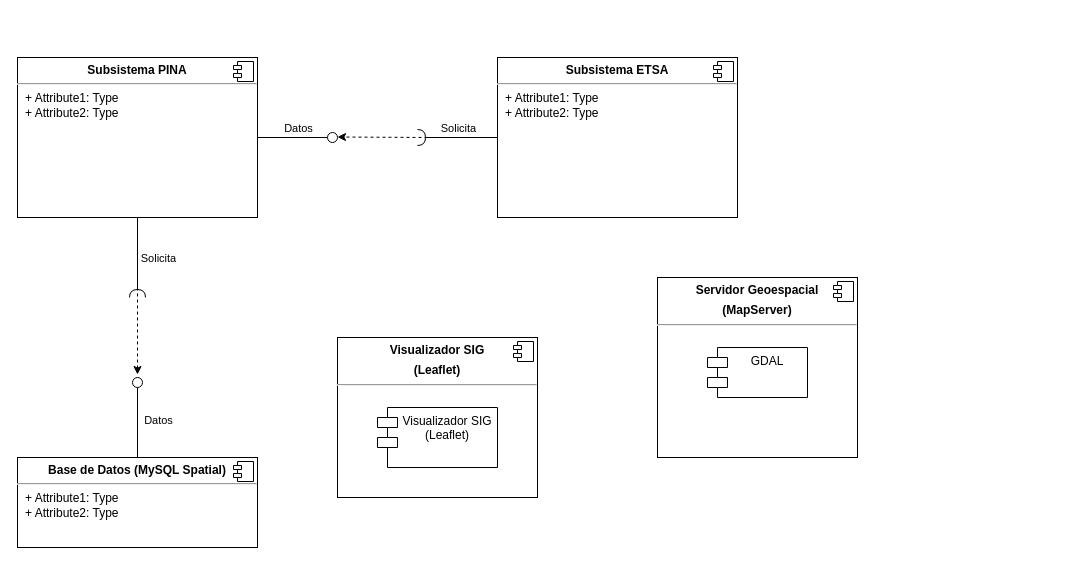
Before: UML/DComponent_PINA.drawio in Archundia-Cortez-Brandon-Said/contextUML, a draw.io diagram. Source tidied: cells renumbered, new cells numbered last; positions are measured from the earlier drawing's top-left corner, leaving out a move shared by most shapes. Both pictures are drawn from the tidied source at 100%, with x=0, y=0 at pixel (17, 57).
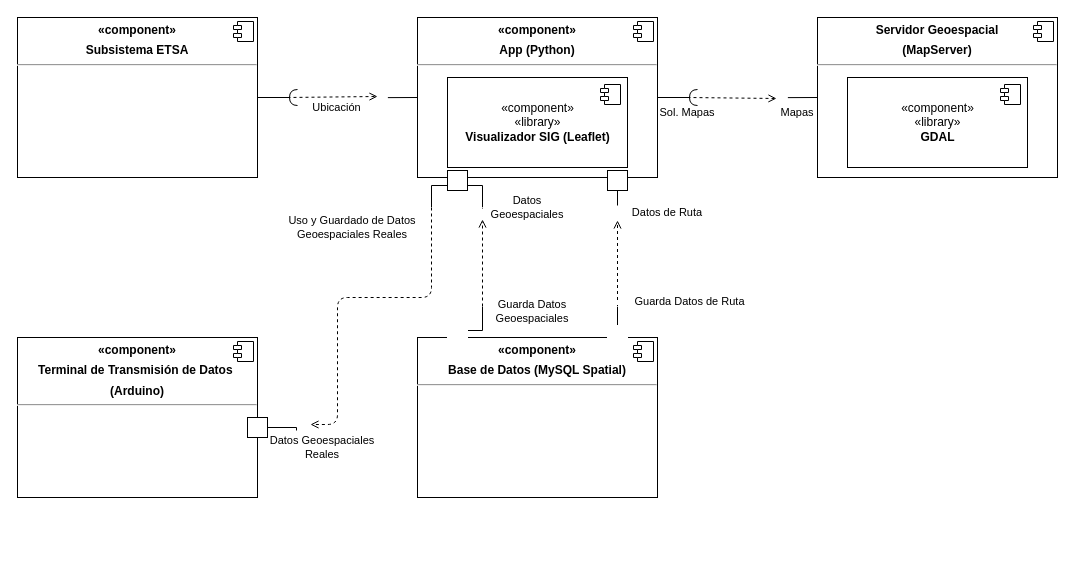
After the change.

The edit, as a diff of the source:
```diff
@@
-    <mxCell id="2" value="&lt;p style=&quot;margin: 0px ; margin-top: 6px ; text-align: center&quot;&gt;&lt;b&gt;Subsistema ETSA&lt;/b&gt;&lt;/p&gt;&lt;hr&gt;&lt;p style=&quot;margin: 0px ; margin-left: 8px&quot;&gt;+ Attribute1: Type&lt;br&gt;+ Attribute2: Type&lt;/p&gt;" style="align=left;overflow=fill;html=1;" parent="1" vertex="1">
-      <mxGeometry x="480" width="240" height="160" as="geometry" />
+    <mxCell id="2" value="&lt;p style=&quot;margin: 0px ; margin-top: 6px ; text-align: center&quot;&gt;&lt;b&gt;«component»&lt;/b&gt;&lt;/p&gt;&lt;p style=&quot;margin: 0px ; margin-top: 6px ; text-align: center&quot;&gt;&lt;b&gt;Subsistema ETSA&lt;/b&gt;&lt;/p&gt;&lt;hr&gt;&lt;p style=&quot;margin: 0px ; margin-left: 8px&quot;&gt;&lt;br&gt;&lt;/p&gt;" style="align=left;overflow=fill;html=1;" parent="1" vertex="1">
+      <mxGeometry y="-40" width="240" height="160" as="geometry" />
     </mxCell>
@@
-    <mxCell id="4" value="&lt;p style=&quot;margin: 0px ; margin-top: 6px ; text-align: center&quot;&gt;&lt;b&gt;Subsistema PINA&lt;/b&gt;&lt;/p&gt;&lt;hr&gt;&lt;p style=&quot;margin: 0px ; margin-left: 8px&quot;&gt;+ Attribute1: Type&lt;br&gt;+ Attribute2: Type&lt;/p&gt;" style="align=left;overflow=fill;html=1;" parent="1" vertex="1">
-      <mxGeometry width="240" height="160" as="geometry" />
-    </mxCell>
-    <mxCell id="5" style="shape=component;jettyWidth=8;jettyHeight=4;" parent="4" vertex="1">
-      <mxGeometry x="1" width="20" height="20" relative="1" as="geometry">
-        <mxPoint x="-24" y="4" as="offset" />
-      </mxGeometry>
-    </mxCell>
-    <mxCell id="6" value="&lt;p style=&quot;margin: 0px ; margin-top: 6px ; text-align: center&quot;&gt;&lt;b&gt;Base de Datos (MySQL Spatial)&lt;/b&gt;&lt;/p&gt;&lt;hr&gt;&lt;p style=&quot;margin: 0px ; margin-left: 8px&quot;&gt;+ Attribute1: Type&lt;br&gt;+ Attribute2: Type&lt;/p&gt;" style="align=left;overflow=fill;html=1;" parent="1" vertex="1">
-      <mxGeometry y="400" width="240" height="90" as="geometry" />
+    <mxCell id="6" value="&lt;p style=&quot;margin: 0px ; margin-top: 6px ; text-align: center&quot;&gt;&lt;b&gt;«component»&lt;/b&gt;&lt;/p&gt;&lt;p style=&quot;margin: 0px ; margin-top: 6px ; text-align: center&quot;&gt;&lt;b&gt;Base de Datos (MySQL Spatial)&lt;/b&gt;&lt;/p&gt;&lt;hr&gt;&lt;p style=&quot;margin: 0px ; margin-left: 8px&quot;&gt;&lt;br&gt;&lt;/p&gt;" style="align=left;overflow=fill;html=1;" parent="1" vertex="1">
+      <mxGeometry x="400" y="280" width="240" height="160" as="geometry" />
     </mxCell>
@@
-    <mxCell id="8" style="rounded=0;jettySize=auto;html=1;endArrow=none;endFill=0;exitX=0.5;exitY=0;exitDx=0;exitDy=0;" parent="1" edge="1" source="6" target="12">
-      <mxGeometry relative="1" as="geometry" />
-    </mxCell>
-    <mxCell id="9" value="Datos" style="edgeLabel;html=1;align=center;verticalAlign=middle;" parent="8" vertex="1">
-      <mxGeometry x="0.5" y="1" relative="1" as="geometry">
-        <mxPoint x="21" y="15" as="offset" />
-      </mxGeometry>
-    </mxCell>
-    <mxCell id="10" style="rounded=0;jettySize=auto;html=1;endArrow=halfCircle;endFill=0;endSize=6;strokeWidth=1;exitX=0.5;exitY=1;exitDx=0;exitDy=0;" parent="1" edge="1" source="4">
-      <mxGeometry relative="1" as="geometry">
-        <mxPoint x="120" y="240" as="targetPoint" />
-      </mxGeometry>
-    </mxCell>
-    <mxCell id="11" value="Solicita" style="edgeLabel;html=1;align=center;verticalAlign=middle;" parent="10" vertex="1">
-      <mxGeometry x="-0.45" y="-2" relative="1" as="geometry">
-        <mxPoint x="22" y="18" as="offset" />
-      </mxGeometry>
-    </mxCell>
-    <mxCell id="12" style="ellipse;whiteSpace=wrap;html=1;fontFamily=Helvetica;fontSize=12;fontColor=#000000;align=center;strokeColor=#000000;fillColor=#ffffff;points=[];" parent="1" vertex="1">
-      <mxGeometry x="115" y="320" width="10" height="10" as="geometry" />
-    </mxCell>
-    <mxCell id="13" style="rounded=0;jettySize=auto;html=1;endArrow=none;endFill=0;exitX=1;exitY=0.5;exitDx=0;exitDy=0;" parent="1" edge="1" source="4" target="17">
-      <mxGeometry relative="1" as="geometry" />
-    </mxCell>
-    <mxCell id="14" style="rounded=0;jettySize=auto;html=1;endArrow=halfCircle;endFill=0;endSize=6;strokeWidth=1;exitX=0;exitY=0.5;exitDx=0;exitDy=0;" parent="1" edge="1" source="2">
-      <mxGeometry relative="1" as="geometry">
-        <mxPoint x="400" y="80" as="targetPoint" />
-      </mxGeometry>
-    </mxCell>
-    <mxCell id="15" value="Datos" style="edgeLabel;html=1;align=center;verticalAlign=middle;" parent="14" vertex="1">
-      <mxGeometry x="-0.47" relative="1" as="geometry">
-        <mxPoint x="-179" y="-10" as="offset" />
-      </mxGeometry>
-    </mxCell>
-    <mxCell id="16" value="Solicita" style="edgeLabel;html=1;align=center;verticalAlign=middle;" parent="14" vertex="1">
-      <mxGeometry x="0.47" y="1" relative="1" as="geometry">
-        <mxPoint x="19" y="-11" as="offset" />
-      </mxGeometry>
-    </mxCell>
-    <mxCell id="17" style="ellipse;whiteSpace=wrap;html=1;fontFamily=Helvetica;fontSize=12;fontColor=#000000;align=center;strokeColor=#000000;fillColor=#ffffff;points=[];" parent="1" vertex="1">
-      <mxGeometry x="310" y="75" width="10" height="10" as="geometry" />
-    </mxCell>
-    <mxCell id="18" style="endArrow=classic;html=1;dashed=1;" parent="1" edge="1">
-      <mxGeometry relative="1" as="geometry">
-        <mxPoint x="410" y="80" as="sourcePoint" />
-        <mxPoint x="320" y="79.5" as="targetPoint" />
-      </mxGeometry>
-    </mxCell>
-    <mxCell id="19" style="endArrow=classic;html=1;dashed=1;entryX=0.5;entryY=-0.3;entryDx=0;entryDy=0;entryPerimeter=0;" parent="1" edge="1" target="12">
-      <mxGeometry relative="1" as="geometry">
-        <mxPoint x="120" y="230" as="sourcePoint" />
-      </mxGeometry>
-    </mxCell>
     <mxCell id="20" value="&lt;p style=&quot;margin: 0px ; margin-top: 6px ; text-align: center&quot;&gt;&lt;b&gt;Servidor Geoespacial&lt;/b&gt;&lt;/p&gt;&lt;p style=&quot;margin: 0px ; margin-top: 6px ; text-align: center&quot;&gt;&lt;b&gt;(MapServer)&lt;/b&gt;&lt;/p&gt;&lt;hr&gt;&lt;p style=&quot;margin: 0px ; margin-left: 8px&quot;&gt;&lt;br&gt;&lt;/p&gt;" style="align=left;overflow=fill;html=1;" parent="1" vertex="1">
-      <mxGeometry x="640" y="220" width="200" height="180" as="geometry" />
+      <mxGeometry x="800" y="-40" width="240" height="160" as="geometry" />
     </mxCell>
@@
-    <mxCell id="22" value="&lt;p style=&quot;margin: 0px ; margin-top: 6px ; text-align: center&quot;&gt;&lt;b&gt;Visualizador SIG&lt;/b&gt;&lt;/p&gt;&lt;p style=&quot;margin: 0px ; margin-top: 6px ; text-align: center&quot;&gt;&lt;b&gt;(Leaflet)&lt;/b&gt;&lt;/p&gt;&lt;hr&gt;&lt;p style=&quot;margin: 0px ; margin-left: 8px&quot;&gt;&lt;br&gt;&lt;/p&gt;" style="align=left;overflow=fill;html=1;" parent="1" vertex="1">
-      <mxGeometry x="320" y="280" width="200" height="160" as="geometry" />
-    </mxCell>
-    <mxCell id="23" style="shape=component;jettyWidth=8;jettyHeight=4;" parent="22" vertex="1">
-      <mxGeometry x="1" width="20" height="20" relative="1" as="geometry">
-        <mxPoint x="-24" y="4" as="offset" />
-      </mxGeometry>
-    </mxCell>
-    <mxCell id="24" value="GDAL" style="shape=module;align=left;spacingLeft=20;align=center;verticalAlign=top;" parent="1" vertex="1">
-      <mxGeometry x="690" y="290" width="100" height="50" as="geometry" />
-    </mxCell>
-    <mxCell id="25" value="Visualizador SIG&#10;(Leaflet)&#10;" style="shape=module;align=left;spacingLeft=20;align=center;verticalAlign=top;" parent="1" vertex="1">
-      <mxGeometry x="360" y="350" width="120" height="60" as="geometry" />
-    </mxCell>
+    <mxCell id="26" style="group;" parent="1" vertex="1">
+      <mxGeometry x="400" y="-40" width="240" height="160" as="geometry" />
+    </mxCell>
+    <mxCell id="27" value="&lt;p style=&quot;margin: 0px ; margin-top: 6px ; text-align: center&quot;&gt;&lt;b&gt;«component»&lt;/b&gt;&lt;/p&gt;&lt;p style=&quot;margin: 0px ; margin-top: 6px ; text-align: center&quot;&gt;&lt;b&gt;App (Python)&lt;/b&gt;&lt;/p&gt;&lt;hr&gt;&lt;p style=&quot;margin: 0px ; margin-left: 8px&quot;&gt;&lt;br&gt;&lt;/p&gt;" style="align=left;overflow=fill;html=1;" parent="26" vertex="1">
+      <mxGeometry width="240" height="160" as="geometry" />
+    </mxCell>
+    <mxCell id="28" style="shape=component;jettyWidth=8;jettyHeight=4;" parent="27" vertex="1">
+      <mxGeometry x="1" width="20" height="20" relative="1" as="geometry">
+        <mxPoint x="-24" y="4" as="offset" />
+      </mxGeometry>
+    </mxCell>
+    <mxCell id="29" value="«component»&lt;br&gt;«library»&lt;br&gt;&lt;b&gt;Visualizador SIG (Leaflet)&lt;/b&gt;" style="html=1;" parent="26" vertex="1">
+      <mxGeometry x="30" y="60" width="180" height="90" as="geometry" />
+    </mxCell>
+    <mxCell id="30" style="shape=module;jettyWidth=8;jettyHeight=4;" parent="29" vertex="1">
+      <mxGeometry x="1" width="20" height="20" relative="1" as="geometry">
+        <mxPoint x="-27" y="7" as="offset" />
+      </mxGeometry>
+    </mxCell>
+    <mxCell id="31" value="«component»&lt;br&gt;«library»&lt;br&gt;&lt;b&gt;GDAL&lt;/b&gt;" style="html=1;" parent="1" vertex="1">
+      <mxGeometry x="830" y="20" width="180" height="90" as="geometry" />
+    </mxCell>
+    <mxCell id="32" style="shape=module;jettyWidth=8;jettyHeight=4;" parent="31" vertex="1">
+      <mxGeometry x="1" width="20" height="20" relative="1" as="geometry">
+        <mxPoint x="-27" y="7" as="offset" />
+      </mxGeometry>
+    </mxCell>
+    <mxCell id="33" value="&lt;p style=&quot;margin: 0px ; margin-top: 6px ; text-align: center&quot;&gt;&lt;b&gt;«component»&lt;/b&gt;&lt;/p&gt;&lt;p style=&quot;margin: 0px ; margin-top: 6px ; text-align: center&quot;&gt;&lt;b&gt;Terminal de Transmisión de Datos&amp;nbsp;&lt;/b&gt;&lt;/p&gt;&lt;p style=&quot;margin: 0px ; margin-top: 6px ; text-align: center&quot;&gt;&lt;b&gt;(Arduino)&lt;/b&gt;&lt;/p&gt;&lt;hr&gt;&lt;p style=&quot;margin: 0px ; margin-left: 8px&quot;&gt;&lt;br&gt;&lt;/p&gt;" style="align=left;overflow=fill;html=1;" parent="1" vertex="1">
+      <mxGeometry y="280" width="240" height="160" as="geometry" />
+    </mxCell>
+    <mxCell id="34" style="shape=component;jettyWidth=8;jettyHeight=4;" parent="33" vertex="1">
+      <mxGeometry x="1" width="20" height="20" relative="1" as="geometry">
+        <mxPoint x="-24" y="4" as="offset" />
+      </mxGeometry>
+    </mxCell>
+    <mxCell id="35" style="rounded=0;jettySize=auto;html=1;endArrow=none;endFill=0;exitX=0;exitY=0.5;exitDx=0;exitDy=0;" parent="1" edge="1" source="20" target="37">
+      <mxGeometry relative="1" as="geometry" />
+    </mxCell>
+    <mxCell id="36" style="rounded=0;jettySize=auto;html=1;endArrow=halfCircle;endFill=0;endSize=6;strokeWidth=1;exitX=1;exitY=0.5;exitDx=0;exitDy=0;" parent="1" edge="1" source="27">
+      <mxGeometry relative="1" as="geometry">
+        <mxPoint x="680" y="40" as="targetPoint" />
+      </mxGeometry>
+    </mxCell>
+    <mxCell id="37" style="ellipse;whiteSpace=wrap;html=1;fontFamily=Helvetica;fontSize=12;fontColor=#000000;align=center;points=[];fillColor=none;strokeColor=#FFFFFF;" parent="1" vertex="1">
+      <mxGeometry x="760" y="35" width="10" height="10" as="geometry" />
+    </mxCell>
+    <mxCell id="38" style="rounded=0;jettySize=auto;html=1;endArrow=none;endFill=0;exitX=0;exitY=0.5;exitDx=0;exitDy=0;" parent="1" edge="1" source="27" target="40">
+      <mxGeometry x="310" y="195" as="geometry" />
+    </mxCell>
+    <mxCell id="39" style="rounded=0;jettySize=auto;html=1;endArrow=halfCircle;endFill=0;endSize=6;strokeWidth=1;exitX=1;exitY=0.5;exitDx=0;exitDy=0;" parent="1" edge="1" source="2">
+      <mxGeometry x="310" y="195" as="geometry">
+        <mxPoint x="280" y="40" as="targetPoint" />
+      </mxGeometry>
+    </mxCell>
+    <mxCell id="40" style="ellipse;whiteSpace=wrap;html=1;fontFamily=Helvetica;fontSize=12;fontColor=#000000;align=center;points=[];fillColor=none;strokeColor=#FFFFFF;" parent="1" vertex="1">
+      <mxGeometry x="360" y="35" width="10" height="10" as="geometry" />
+    </mxCell>
+    <mxCell id="41" style="endArrow=open;html=1;dashed=1;endFill=0;entryX=0;entryY=0.4;entryDx=0;entryDy=0;entryPerimeter=0;" parent="1" edge="1" target="40">
+      <mxGeometry x="310" y="195" as="geometry">
+        <mxPoint x="270" y="40" as="sourcePoint" />
+      </mxGeometry>
+    </mxCell>
+    <mxCell id="42" value="Ubicación" style="edgeLabel;html=1;align=center;verticalAlign=middle;" parent="41" vertex="1">
+      <mxGeometry x="0.3" relative="1" as="geometry">
+        <mxPoint x="-10" y="10" as="offset" />
+      </mxGeometry>
+    </mxCell>
+    <mxCell id="43" style="endArrow=open;html=1;dashed=1;endFill=0;entryX=-0.1;entryY=0.6;entryDx=0;entryDy=0;entryPerimeter=0;" parent="1" edge="1" target="37">
+      <mxGeometry x="720" y="245" as="geometry">
+        <mxPoint x="670" y="40" as="sourcePoint" />
+      </mxGeometry>
+    </mxCell>
+    <mxCell id="44" value="Mapas" style="text;html=1;strokeColor=none;fillColor=none;align=center;verticalAlign=middle;whiteSpace=wrap;rounded=0;fontSize=11;" parent="1" vertex="1">
+      <mxGeometry x="760" y="45" width="40" height="20" as="geometry" />
+    </mxCell>
+    <mxCell id="45" value="Sol. Mapas" style="text;html=1;strokeColor=none;fillColor=none;align=center;verticalAlign=middle;whiteSpace=wrap;rounded=0;fontSize=11;" parent="1" vertex="1">
+      <mxGeometry x="630" y="45" width="80" height="20" as="geometry" />
+    </mxCell>
+    <mxCell id="46" style="edgeStyle=orthogonalEdgeStyle;rounded=0;orthogonalLoop=1;jettySize=auto;html=1;exitX=0.5;exitY=1;exitDx=0;exitDy=0;entryX=0.4;entryY=-0.2;entryDx=0;entryDy=0;entryPerimeter=0;fontSize=11;endArrow=none;endFill=0;" parent="1" edge="1">
+      <mxGeometry relative="1" as="geometry">
+        <mxPoint x="601" y="133" as="sourcePoint" />
+        <mxPoint x="600" y="148" as="targetPoint" />
+      </mxGeometry>
+    </mxCell>
+    <mxCell id="47" style="html=1;rounded=0;fontSize=11;" parent="1" vertex="1">
+      <mxGeometry x="590" y="113" width="20" height="20" as="geometry" />
+    </mxCell>
+    <mxCell id="48" style="edgeStyle=orthogonalEdgeStyle;rounded=0;jettySize=auto;html=1;exitX=0;exitY=0.75;exitDx=0;exitDy=0;entryX=1;entryY=0.5;entryDx=0;entryDy=0;entryPerimeter=0;fontSize=11;endArrow=none;endFill=0;" parent="1" edge="1" source="50" target="53">
+      <mxGeometry relative="1" as="geometry" />
+    </mxCell>
+    <mxCell id="49" style="edgeStyle=orthogonalEdgeStyle;rounded=0;jettySize=auto;html=1;exitX=1;exitY=0.75;exitDx=0;exitDy=0;entryX=0.5;entryY=0.1;entryDx=0;entryDy=0;entryPerimeter=0;fontSize=11;endArrow=none;endFill=0;" parent="1" edge="1" source="50" target="52">
+      <mxGeometry relative="1" as="geometry" />
+    </mxCell>
+    <mxCell id="50" style="html=1;rounded=0;fontSize=11;" parent="1" vertex="1">
+      <mxGeometry x="430" y="113" width="20" height="20" as="geometry" />
+    </mxCell>
+    <mxCell id="51" style="ellipse;whiteSpace=wrap;html=1;fontFamily=Helvetica;fontSize=12;fontColor=#000000;align=center;points=[];fillColor=none;strokeColor=#FFFFFF;" parent="1" vertex="1">
+      <mxGeometry x="595" y="150" width="10" height="10" as="geometry" />
+    </mxCell>
+    <mxCell id="52" style="ellipse;whiteSpace=wrap;html=1;fontFamily=Helvetica;fontSize=12;fontColor=#000000;align=center;points=[];fillColor=none;strokeColor=#FFFFFF;" parent="1" vertex="1">
+      <mxGeometry x="460" y="150" width="10" height="10" as="geometry" />
+    </mxCell>
+    <mxCell id="53" style="shape=requiredInterface;html=1;verticalLabelPosition=bottom;fontSize=11;strokeColor=#FFFFFF;fillColor=none;rotation=-90;" parent="1" vertex="1">
+      <mxGeometry x="409" y="145" width="10" height="20" as="geometry" />
+    </mxCell>
+    <mxCell id="54" style="endArrow=none;html=1;rounded=0;align=center;verticalAlign=top;endFill=0;labelBackgroundColor=none;endSize=2;fontSize=11;" parent="1" edge="1" source="56">
+      <mxGeometry relative="1" as="geometry">
+        <mxPoint x="600" y="247.5" as="targetPoint" />
+      </mxGeometry>
+    </mxCell>
+    <mxCell id="55" style="endArrow=open;html=1;dashed=1;endFill=0;entryX=0.5;entryY=1.3;entryDx=0;entryDy=0;entryPerimeter=0;" parent="1" edge="1" target="51">
+      <mxGeometry x="680" y="366" as="geometry">
+        <mxPoint x="600" y="242.5" as="sourcePoint" />
+      </mxGeometry>
+    </mxCell>
+    <mxCell id="56" style="html=1;rounded=0;fontSize=11;strokeColor=#FFFFFF;" parent="1" vertex="1">
+      <mxGeometry x="590" y="268" width="20" height="20" as="geometry" />
+    </mxCell>
+    <mxCell id="57" style="shape=requiredInterface;html=1;verticalLabelPosition=bottom;fontSize=11;strokeColor=#FFFFFF;fillColor=none;rotation=90;" parent="1" vertex="1">
+      <mxGeometry x="595" y="234" width="10" height="20" as="geometry" />
+    </mxCell>
+    <mxCell id="58" style="edgeStyle=orthogonalEdgeStyle;rounded=0;jettySize=auto;html=1;exitX=1;exitY=0.25;exitDx=0;exitDy=0;entryX=1;entryY=0.5;entryDx=0;entryDy=0;entryPerimeter=0;fontSize=11;endArrow=none;endFill=0;" parent="1" edge="1" source="59" target="61">
+      <mxGeometry relative="1" as="geometry" />
+    </mxCell>
+    <mxCell id="59" style="html=1;rounded=0;fontSize=11;strokeColor=#FFFFFF;" parent="1" vertex="1">
+      <mxGeometry x="430" y="268" width="20" height="20" as="geometry" />
+    </mxCell>
+    <mxCell id="60" style="edgeStyle=orthogonalEdgeStyle;rounded=0;jettySize=auto;html=1;exitX=1;exitY=0.5;exitDx=0;exitDy=0;exitPerimeter=0;fontSize=11;endArrow=none;endFill=0;" parent="1" edge="1" source="61">
+      <mxGeometry relative="1" as="geometry">
+        <mxPoint x="465" y="260" as="targetPoint" />
+      </mxGeometry>
+    </mxCell>
+    <mxCell id="61" style="shape=requiredInterface;html=1;verticalLabelPosition=bottom;fontSize=11;strokeColor=#FFFFFF;fillColor=none;rotation=90;" parent="1" vertex="1">
+      <mxGeometry x="460" y="234" width="10" height="20" as="geometry" />
+    </mxCell>
+    <mxCell id="62" style="endArrow=open;html=1;dashed=1;endFill=0;entryX=0.5;entryY=1.2;entryDx=0;entryDy=0;entryPerimeter=0;exitX=1;exitY=0.5;exitDx=0;exitDy=0;exitPerimeter=0;" parent="1" edge="1" source="61" target="52">
+      <mxGeometry x="690" y="376" as="geometry" />
+    </mxCell>
+    <mxCell id="63" value="Datos de Ruta" style="text;html=1;strokeColor=none;fillColor=none;align=center;verticalAlign=middle;whiteSpace=wrap;rounded=0;fontSize=11;" parent="1" vertex="1">
+      <mxGeometry x="610" y="145" width="80" height="20" as="geometry" />
+    </mxCell>
+    <mxCell id="64" value="Guarda Datos de Ruta" style="text;html=1;strokeColor=none;fillColor=none;align=center;verticalAlign=middle;whiteSpace=wrap;rounded=0;fontSize=11;" parent="1" vertex="1">
+      <mxGeometry x="610" y="234" width="125" height="20" as="geometry" />
+    </mxCell>
+    <mxCell id="65" value="Datos Geoespaciales" style="text;html=1;strokeColor=none;fillColor=none;align=center;verticalAlign=middle;whiteSpace=wrap;rounded=0;fontSize=11;" parent="1" vertex="1">
+      <mxGeometry x="460" y="140" width="100" height="20" as="geometry" />
+    </mxCell>
+    <mxCell id="66" value="Guarda Datos Geoespaciales" style="text;html=1;strokeColor=none;fillColor=none;align=center;verticalAlign=middle;whiteSpace=wrap;rounded=0;fontSize=11;" parent="1" vertex="1">
+      <mxGeometry x="470" y="244" width="90" height="20" as="geometry" />
+    </mxCell>
+    <mxCell id="67" style="edgeStyle=orthogonalEdgeStyle;rounded=0;jettySize=auto;html=1;exitX=1;exitY=0.5;exitDx=0;exitDy=0;entryX=-0.1;entryY=0.8;entryDx=0;entryDy=0;entryPerimeter=0;fontSize=11;endArrow=none;endFill=0;" parent="1" edge="1" source="68" target="69">
+      <mxGeometry relative="1" as="geometry" />
+    </mxCell>
+    <mxCell id="68" style="html=1;rounded=0;fontSize=11;" parent="1" vertex="1">
+      <mxGeometry x="230" y="360" width="20" height="20" as="geometry" />
+    </mxCell>
+    <mxCell id="69" style="ellipse;whiteSpace=wrap;html=1;fontFamily=Helvetica;fontSize=12;fontColor=#000000;align=center;points=[];fillColor=none;strokeColor=#FFFFFF;" parent="1" vertex="1">
+      <mxGeometry x="280" y="365" width="10" height="10" as="geometry" />
+    </mxCell>
+    <mxCell id="70" style="endArrow=open;html=1;dashed=1;endFill=0;exitX=1;exitY=0.5;exitDx=0;exitDy=0;exitPerimeter=0;entryX=1.3;entryY=0.2;entryDx=0;entryDy=0;entryPerimeter=0;" parent="1" edge="1" source="53" target="69">
+      <mxGeometry x="565" y="381" as="geometry">
+        <Array as="points">
+          <mxPoint x="414" y="240" />
+          <mxPoint x="320" y="240" />
+          <mxPoint x="320" y="367" />
+        </Array>
+      </mxGeometry>
+    </mxCell>
+    <mxCell id="71" value="Datos Geoespaciales Reales" style="text;html=1;strokeColor=none;fillColor=none;align=center;verticalAlign=middle;whiteSpace=wrap;rounded=0;fontSize=11;" parent="1" vertex="1">
+      <mxGeometry x="250" y="380" width="110" height="20" as="geometry" />
+    </mxCell>
+    <mxCell id="72" value="Uso y Guardado de Datos Geoespaciales Reales" style="text;html=1;strokeColor=none;fillColor=none;align=center;verticalAlign=middle;whiteSpace=wrap;rounded=0;fontSize=11;" parent="1" vertex="1">
+      <mxGeometry x="270" y="160" width="130" height="20" as="geometry" />
+    </mxCell>
```
